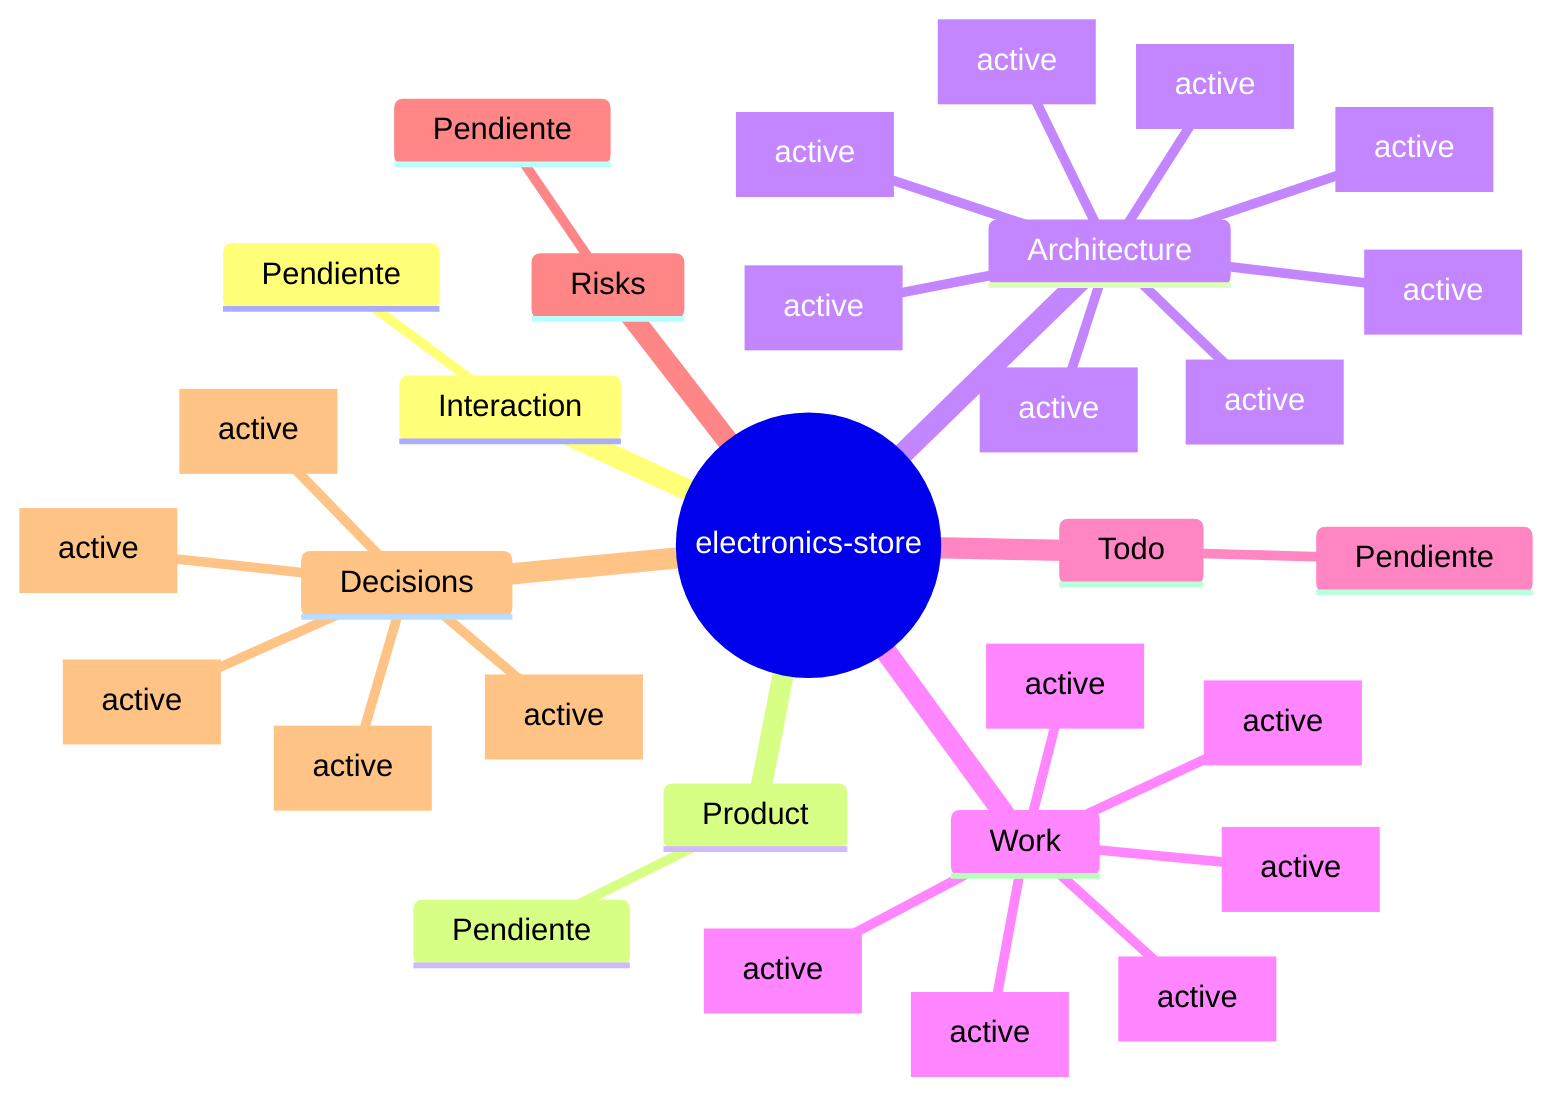
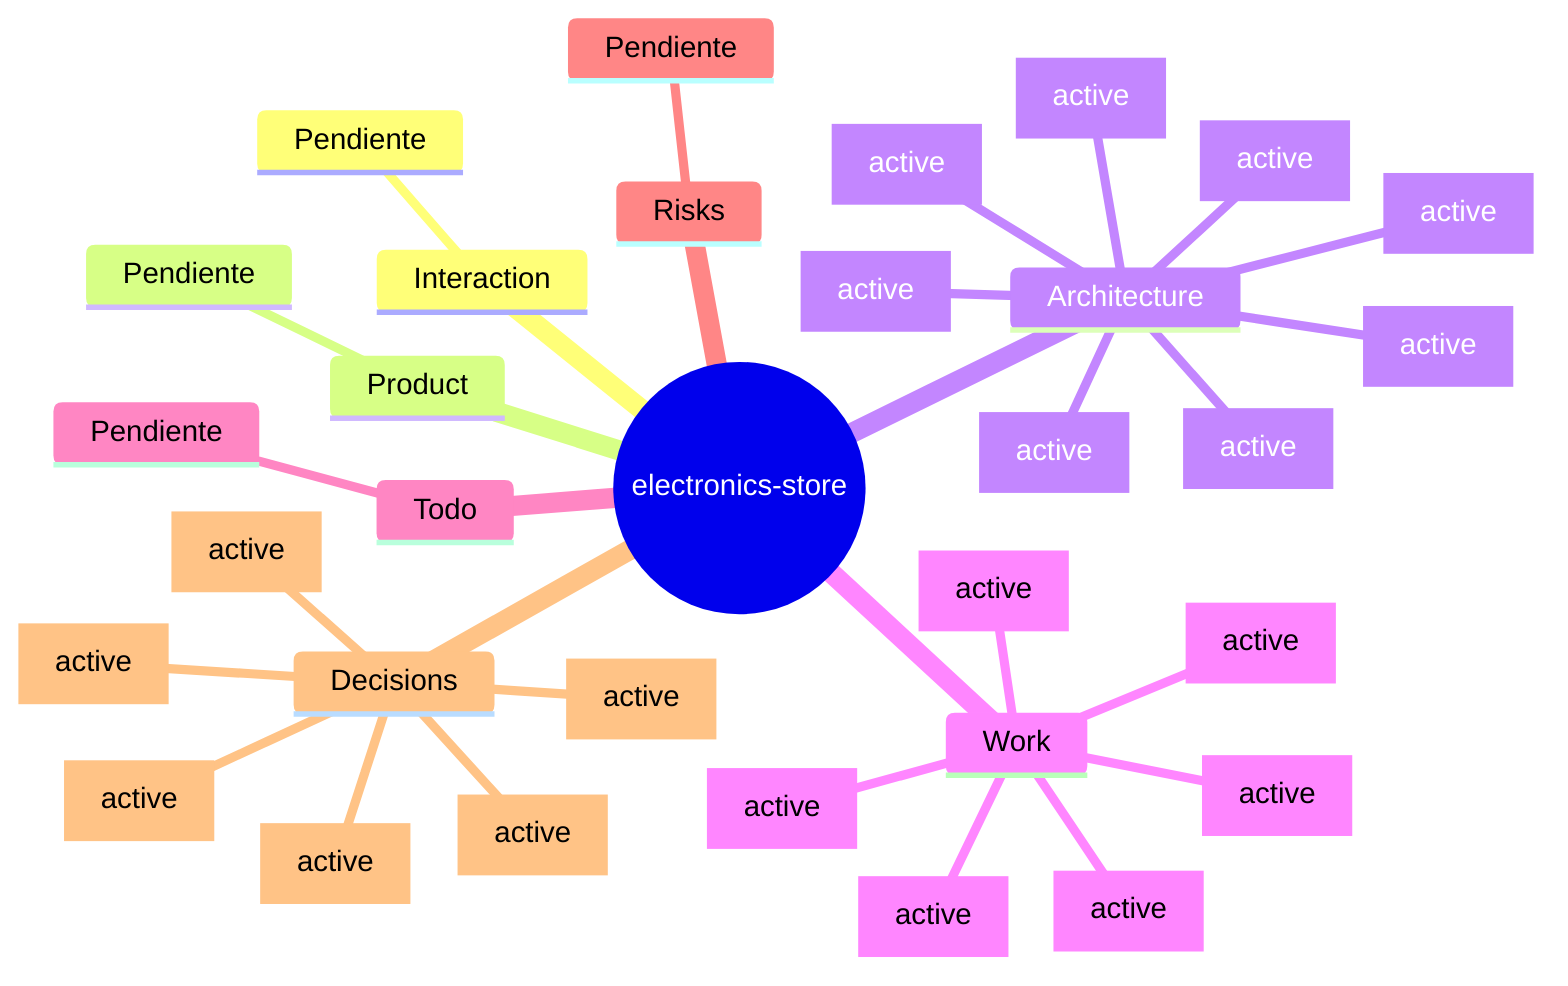
mindmap
  root((electronics-store))
    Interaction
      Pendiente
    Product
      Pendiente
    Architecture
      .env [active]
      .env.example [active]
      .gitignore [active]
      AGENTS.md [active]
      CLAUDE.md [active]
      README.md [active]
      eslint.config.mjs [active]
      middleware.ts [active]
    Work
      Google store admin access [active]
      Store security and caching pass [active]
      Electronics inventory research shortlist [active]
      Landing hero trust imagery [active]
      Updated family storefront hero image [active]
      Updated storefront hero image order [active]
    Todo
      Pendiente
    Risks
      Pendiente
    Decisions
      Landing hero image rotation [active]
      Official Nubel Store logo assets [active]
      Official SVG logo source [active]
      Compact technology wordmark [active]
      Serious brand hover animation [active]
+       Sticky public header [active]
